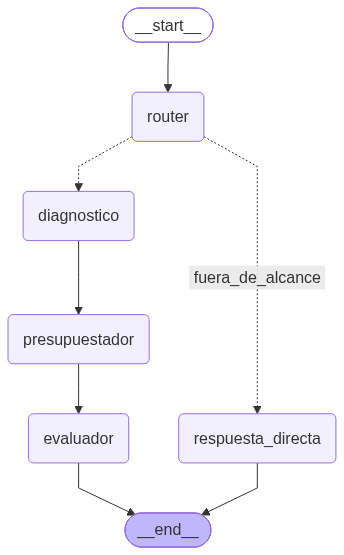
Before: docs/grafo.png, a diagram exported from Mermaid (Seropeto/toxiro-taller-langgraph). Its source is kept beside it as docs/grafo.mmd.
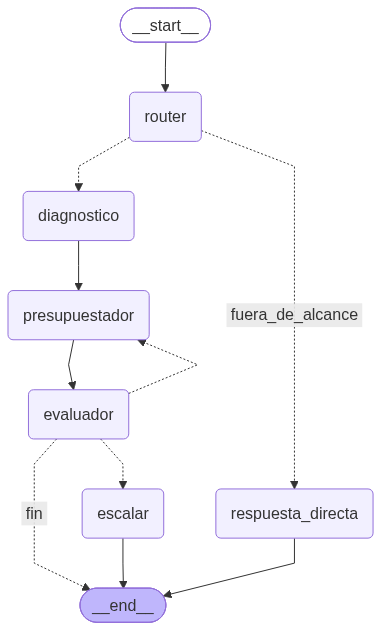
The same diagram one commit later.

Diff of the diagram source:
```diff
@@ -9,14 +9,18 @@
 	diagnostico(diagnostico)
 	presupuestador(presupuestador)
 	evaluador(evaluador)
+	escalar(escalar)
 	respuesta_directa(respuesta_directa)
 	__end__([<p>__end__</p>]):::last
 	__start__ --> router;
 	diagnostico --> presupuestador;
+	evaluador -. &nbsp;fin&nbsp; .-> __end__;
+	evaluador -.-> escalar;
+	evaluador -.-> presupuestador;
 	presupuestador --> evaluador;
 	router -.-> diagnostico;
 	router -. &nbsp;fuera_de_alcance&nbsp; .-> respuesta_directa;
-	evaluador --> __end__;
+	escalar --> __end__;
 	respuesta_directa --> __end__;
 	classDef default fill:#f2f0ff,line-height:1.2
 	classDef first fill-opacity:0
```
